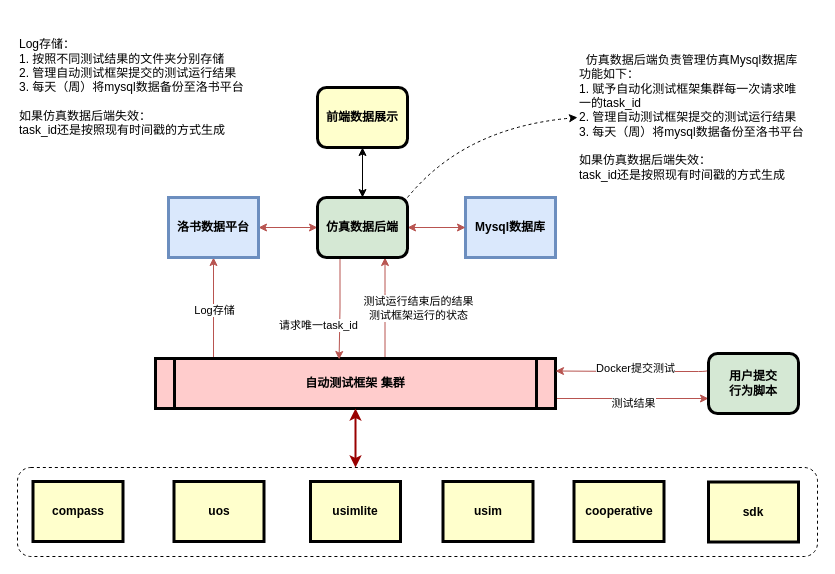
Above: autotest.drawio in Kingzhoudk/diagrams (draw.io), before the change. Source tidied: cells renumbered, new cells numbered last; positions are measured from the earlier drawing's top-left corner, leaving out a move shared by most shapes. Both pictures are drawn from the tidied source at 100%, with x=0, y=0 at pixel (17, 17).
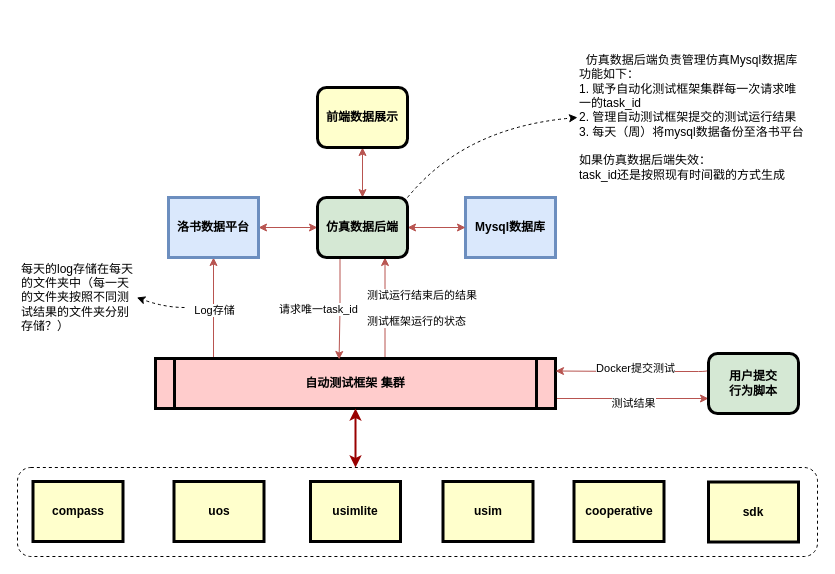
The same diagram, later.

Unchanged cells that the change refers to:
```xml
<mxCell id="7" style="edgeStyle=orthogonalEdgeStyle;rounded=0;jettySize=auto;html=1;entryX=0.75;entryY=1;entryDx=0;entryDy=0;startArrow=none;startFill=0;fillColor=#f8cecc;strokeColor=#b85450;" parent="1" edge="1" source="9" target="28">
  <mxGeometry relative="1" as="geometry">
    <Array as="points">
      <mxPoint x="368" y="275" />
    </Array>
  </mxGeometry>
</mxCell>
<mxCell id="24" style="edgeStyle=orthogonalEdgeStyle;rounded=0;jettySize=auto;html=1;exitX=0.25;exitY=1;exitDx=0;exitDy=0;entryX=0.459;entryY=0.02;entryDx=0;entryDy=0;entryPerimeter=0;startArrow=none;startFill=0;fillColor=#f8cecc;strokeColor=#b85450;" parent="1" edge="1" source="28" target="9">
  <mxGeometry relative="1" as="geometry" />
</mxCell>
<mxCell id="28" value="仿真数据后端" style="whiteSpace=wrap;align=center;verticalAlign=middle;fontStyle=1;strokeWidth=3;fillColor=#d5e8d4;strokeColor=default;rounded=1;" parent="1" vertex="1">
  <mxGeometry x="300" y="180" width="90" height="60" as="geometry" />
</mxCell>
<mxCell id="30" value="前端数据展示" style="whiteSpace=wrap;align=center;verticalAlign=middle;fontStyle=1;strokeWidth=3;fillColor=#FFFFCC;rounded=1;" parent="1" vertex="1">
  <mxGeometry x="300" y="70" width="90" height="60" as="geometry" />
</mxCell>
```

What changed in the source:
```diff
@@
-    <mxCell id="8" value="&lt;div&gt;测试运行结束后的结果&lt;br&gt;&lt;/div&gt;&lt;div&gt;测试框架运行的状态&lt;br&gt;&lt;/div&gt;" style="edgeLabel;html=1;align=center;verticalAlign=middle;" parent="7" vertex="1">
+    <mxCell id="8" value="&lt;div align=&quot;left&quot;&gt;测试运行结束后的结果&lt;/div&gt;&lt;div align=&quot;left&quot;&gt;&lt;br&gt;&lt;/div&gt;&lt;div align=&quot;left&quot;&gt;测试框架运行的状态&lt;br&gt;&lt;/div&gt;" style="edgeLabel;html=1;align=left;verticalAlign=middle;" parent="7" vertex="1">
       <mxGeometry x="0.49" y="-2" relative="1" as="geometry">
-        <mxPoint x="31" y="24" as="offset" />
+        <mxPoint x="-22" y="24" as="offset" />
       </mxGeometry>
     </mxCell>
@@
     <mxCell id="25" value="请求唯一task_id" style="edgeLabel;html=1;align=center;verticalAlign=middle;" parent="24" vertex="1">
       <mxGeometry x="-0.36" y="-1" relative="1" as="geometry">
-        <mxPoint x="-21" y="34" as="offset" />
+        <mxPoint x="-21" y="18" as="offset" />
       </mxGeometry>
     </mxCell>
@@
-    <mxCell id="27" style="edgeStyle=orthogonalEdgeStyle;rounded=0;jettySize=auto;html=1;exitX=0.5;exitY=0;exitDx=0;exitDy=0;startArrow=classic;startFill=1;entryX=0.5;entryY=1;entryDx=0;entryDy=0;" parent="1" edge="1" source="28" target="30">
+    <mxCell id="27" style="edgeStyle=orthogonalEdgeStyle;rounded=0;jettySize=auto;html=1;exitX=0.5;exitY=0;exitDx=0;exitDy=0;startArrow=classic;startFill=1;entryX=0.5;entryY=1;entryDx=0;entryDy=0;fillColor=#f8cecc;strokeColor=#b85450;" parent="1" edge="1" source="28" target="30">
       <mxGeometry relative="1" as="geometry" />
     </mxCell>
@@
-    <mxCell id="32" value="Log存储：&lt;div align=&quot;left&quot;&gt;1. 按照不同测试结果的文件夹分别存储&lt;/div&gt;&lt;div align=&quot;left&quot;&gt;2. 管理自动测试框架提交的测试运行结果&lt;br&gt;&lt;/div&gt;&lt;div&gt;3. 每天（周）将mysql数据备份至洛书平台&lt;/div&gt;&lt;div&gt;&lt;br&gt;&lt;/div&gt;&lt;div&gt;如果仿真数据后端失效：&lt;/div&gt;&lt;div&gt;task_id还是按照现有时间戳的方式生成&lt;br&gt;&lt;/div&gt;" style="text;html=1;strokeColor=none;fillColor=none;align=left;verticalAlign=middle;whiteSpace=wrap;rounded=0;" parent="1" vertex="1">
-      <mxGeometry width="227" height="140" as="geometry" />
+    <mxCell id="32" value="每天的log存储在每天的文件夹中（每一天的文件夹按照不同测试结果的文件夹分别存储？）" style="text;html=1;strokeColor=none;fillColor=none;align=left;verticalAlign=middle;whiteSpace=wrap;rounded=0;" parent="1" vertex="1">
+      <mxGeometry x="1.8" y="240" width="117.5" height="80" as="geometry" />
     </mxCell>
+    <mxCell id="33" style="curved=1;endArrow=classic;html=1;rounded=0;dashed=1;entryX=1;entryY=0.5;entryDx=0;entryDy=0;" parent="1" edge="1" target="32">
+      <mxGeometry relative="1" as="geometry">
+        <mxPoint x="167" y="290" as="sourcePoint" />
+        <Array as="points">
+          <mxPoint x="147" y="290" />
+        </Array>
+      </mxGeometry>
+    </mxCell>
```
